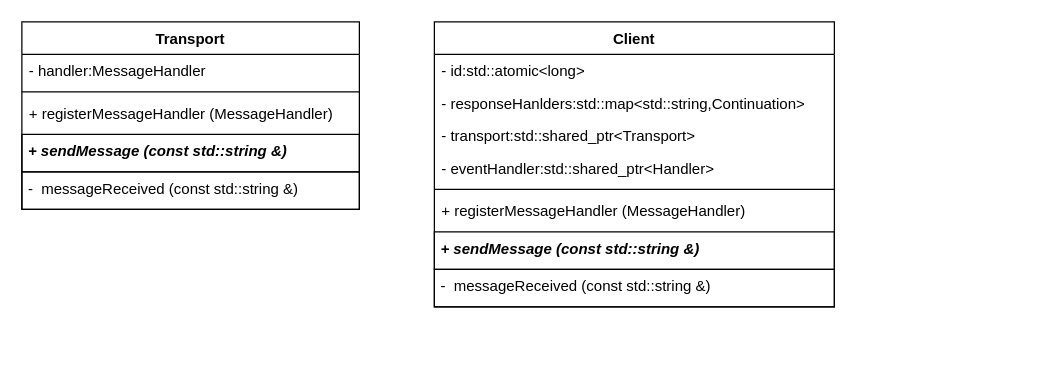
Earlier version of the draw.io diagram page "jsonrpc" (2 of 2) of kms源码分析/kms流程.drawio (63isOK/conference_graph). Source tidied: cells renumbered, new cells numbered last; positions are measured from the earlier drawing's top-left corner, leaving out a move shared by most shapes. Both pictures are drawn from the tidied source at 125%, with x=0, y=0 at pixel (21, 21).
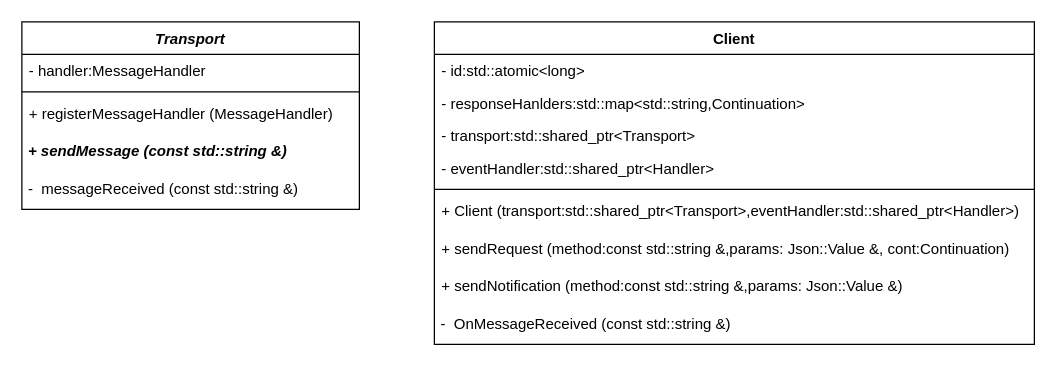
The same diagram, later.

The edit, as a diff of the source:
```diff
@@
 <mxGraphModel>
   <root>
     <mxCell id="0" />
     <mxCell id="1" parent="0" />
-    <mxCell id="2" value="Transport" style="swimlane;fontStyle=1;align=center;verticalAlign=top;horizontal=1;startSize=26;" parent="1" vertex="1">
+    <mxCell id="2" value="Transport" style="swimlane;fontStyle=3;align=center;verticalAlign=top;horizontal=1;startSize=26;" parent="1" vertex="1">
       <mxGeometry width="270" height="150" as="geometry" />
     </mxCell>
     <mxCell id="3" value="- handler:MessageHandler&#10;&#10;" style="text;strokeColor=none;fillColor=none;align=left;verticalAlign=top;spacingLeft=4;spacingRight=4;overflow=hidden;" parent="2" vertex="1">
       <mxGeometry y="26" width="270" height="26" as="geometry" />
     </mxCell>
     <mxCell id="4" style="line;strokeWidth=1;fillColor=none;align=left;verticalAlign=middle;spacingTop=-1;spacingLeft=3;spacingRight=3;labelPosition=right;" parent="2" vertex="1">
       <mxGeometry y="52" width="270" height="8" as="geometry" />
     </mxCell>
     <mxCell id="5" value="+ registerMessageHandler (MessageHandler)&#10;" style="text;strokeColor=none;fillColor=none;align=left;verticalAlign=top;spacingLeft=4;spacingRight=4;overflow=hidden;fontStyle=0;" parent="2" vertex="1">
       <mxGeometry y="60" width="270" height="30" as="geometry" />
     </mxCell>
-    <mxCell id="6" value="&amp;nbsp;+&amp;nbsp;sendMessage (const std::string &amp;amp;)" style="text;html=1;strokeColor=#000000;fontStyle=3;" parent="2" vertex="1">
+    <mxCell id="6" value="&amp;nbsp;+&amp;nbsp;sendMessage (const std::string &amp;amp;)" style="text;html=1;strokeColor=none;fontStyle=3;" parent="2" vertex="1">
       <mxGeometry y="90" width="270" height="30" as="geometry" />
     </mxCell>
-    <mxCell id="7" value="&amp;nbsp;-&amp;nbsp;&amp;nbsp;messageReceived (const std::string &amp;amp;)" style="text;html=1;strokeColor=#000000;fontStyle=0;" parent="2" vertex="1">
+    <mxCell id="7" value="&amp;nbsp;-&amp;nbsp;&amp;nbsp;messageReceived (const std::string &amp;amp;)" style="text;html=1;strokeColor=none;fontStyle=0;" parent="2" vertex="1">
       <mxGeometry y="120" width="270" height="30" as="geometry" />
     </mxCell>
     <mxCell id="8" value="Client" style="swimlane;fontStyle=1;align=center;verticalAlign=top;horizontal=1;startSize=26;" parent="1" vertex="1">
-      <mxGeometry x="330" width="320" height="228" as="geometry" />
+      <mxGeometry x="330" width="480" height="258" as="geometry" />
     </mxCell>
     <mxCell id="9" value="- id:std::atomic&lt;long&gt;" style="text;strokeColor=none;fillColor=none;align=left;verticalAlign=top;spacingLeft=4;spacingRight=4;overflow=hidden;" parent="8" vertex="1">
-      <mxGeometry y="26" width="320" height="26" as="geometry" />
+      <mxGeometry y="26" width="480" height="26" as="geometry" />
     </mxCell>
     <mxCell id="10" value="- responseHanlders:std::map&lt;std::string,Continuation&gt;" style="text;strokeColor=none;fillColor=none;align=left;verticalAlign=top;spacingLeft=4;spacingRight=4;overflow=hidden;" parent="8" vertex="1">
-      <mxGeometry y="52" width="320" height="26" as="geometry" />
+      <mxGeometry y="52" width="480" height="26" as="geometry" />
     </mxCell>
     <mxCell id="11" value="- transport:std::shared_ptr&lt;Transport&gt;" style="text;strokeColor=none;fillColor=none;align=left;verticalAlign=top;spacingLeft=4;spacingRight=4;overflow=hidden;" parent="8" vertex="1">
-      <mxGeometry y="78" width="320" height="26" as="geometry" />
+      <mxGeometry y="78" width="480" height="26" as="geometry" />
     </mxCell>
     <mxCell id="12" value="- eventHandler:std::shared_ptr&lt;Handler&gt;" style="text;strokeColor=none;fillColor=none;align=left;verticalAlign=top;spacingLeft=4;spacingRight=4;overflow=hidden;" parent="8" vertex="1">
-      <mxGeometry y="104" width="320" height="26" as="geometry" />
+      <mxGeometry y="104" width="480" height="26" as="geometry" />
     </mxCell>
     <mxCell id="13" style="line;strokeWidth=1;fillColor=none;align=left;verticalAlign=middle;spacingTop=-1;spacingLeft=3;spacingRight=3;labelPosition=right;" parent="8" vertex="1">
-      <mxGeometry y="130" width="320" height="8" as="geometry" />
+      <mxGeometry y="130" width="480" height="8" as="geometry" />
     </mxCell>
-    <mxCell id="14" value="+ registerMessageHandler (MessageHandler)&#10;" style="text;strokeColor=none;fillColor=none;align=left;verticalAlign=top;spacingLeft=4;spacingRight=4;overflow=hidden;fontStyle=0;" parent="8" vertex="1">
-      <mxGeometry y="138" width="320" height="30" as="geometry" />
+    <mxCell id="14" value="+ Client (transport:std::shared_ptr&lt;Transport&gt;,eventHandler:std::shared_ptr&lt;Handler&gt;)&#10;" style="text;strokeColor=none;fillColor=none;align=left;verticalAlign=top;spacingLeft=4;spacingRight=4;overflow=hidden;fontStyle=0;" parent="8" vertex="1">
+      <mxGeometry y="138" width="480" height="30" as="geometry" />
     </mxCell>
-    <mxCell id="15" value="&lt;span&gt;&amp;nbsp;+&amp;nbsp;&lt;/span&gt;sendMessage (const std::string &amp;amp;)" style="text;html=1;strokeColor=#000000;fontStyle=3;" parent="8" vertex="1">
-      <mxGeometry y="168" width="320" height="30" as="geometry" />
-    </mxCell>
-    <mxCell id="16" value="&amp;nbsp;-&amp;nbsp;&amp;nbsp;messageReceived (const std::string &amp;amp;)" style="text;html=1;strokeColor=#000000;fontStyle=0;" parent="8" vertex="1">
-      <mxGeometry y="198" width="320" height="30" as="geometry" />
-    </mxCell>
+    <mxCell id="17" value="+ sendRequest (method:const std::string &amp;,params: Json::Value &amp;, cont:Continuation)&#10;" style="text;strokeColor=none;fillColor=none;align=left;verticalAlign=top;spacingLeft=4;spacingRight=4;overflow=hidden;fontStyle=0;" parent="8" vertex="1">
+      <mxGeometry y="168" width="480" height="30" as="geometry" />
+    </mxCell>
+    <mxCell id="18" value="+ sendNotification (method:const std::string &amp;,params: Json::Value &amp;)&#10;" style="text;strokeColor=none;fillColor=none;align=left;verticalAlign=top;spacingLeft=4;spacingRight=4;overflow=hidden;fontStyle=0;" parent="8" vertex="1">
+      <mxGeometry y="198" width="480" height="30" as="geometry" />
+    </mxCell>
+    <mxCell id="19" value="&amp;nbsp;-&amp;nbsp; OnMessageReceived (const std::string &amp;amp;)" style="text;html=1;strokeColor=none;fontStyle=0;" parent="8" vertex="1">
+      <mxGeometry y="228" width="480" height="30" as="geometry" />
+    </mxCell>
   </root>
 </mxGraphModel>
```
